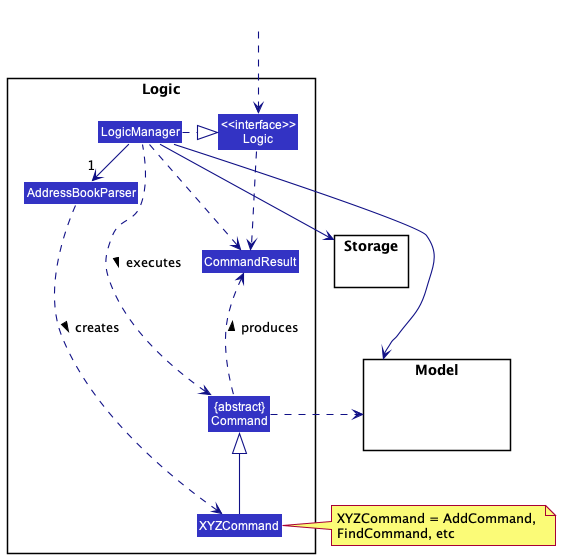
Before: docs/images/LogicClassDiagram.png, a diagram exported from PlantUML (nus-cs2103-AY2223S2/tp).
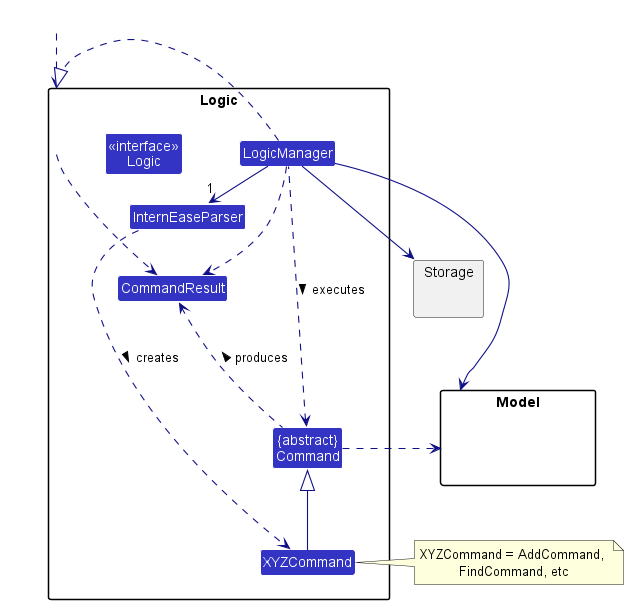
Later version of the same file.

Change to the diagram source:
```diff
@@ -6,7 +6,7 @@
 
 package Logic {
 
-Class AddressBookParser
+Class InternEaseParser
 Class XYZCommand
 Class CommandResult
 Class "{abstract}\nCommand" as Command
@@ -27,8 +27,8 @@
 HiddenOutside ..> Logic
 
 LogicManager .right.|> Logic
-LogicManager -right->"1" AddressBookParser
-AddressBookParser ..> XYZCommand : creates >
+LogicManager -right->"1" InternEaseParser
+InternEaseParser ..> XYZCommand : creates >
 
 XYZCommand -up-|> Command
 LogicManager .left.> Command : executes >
```
